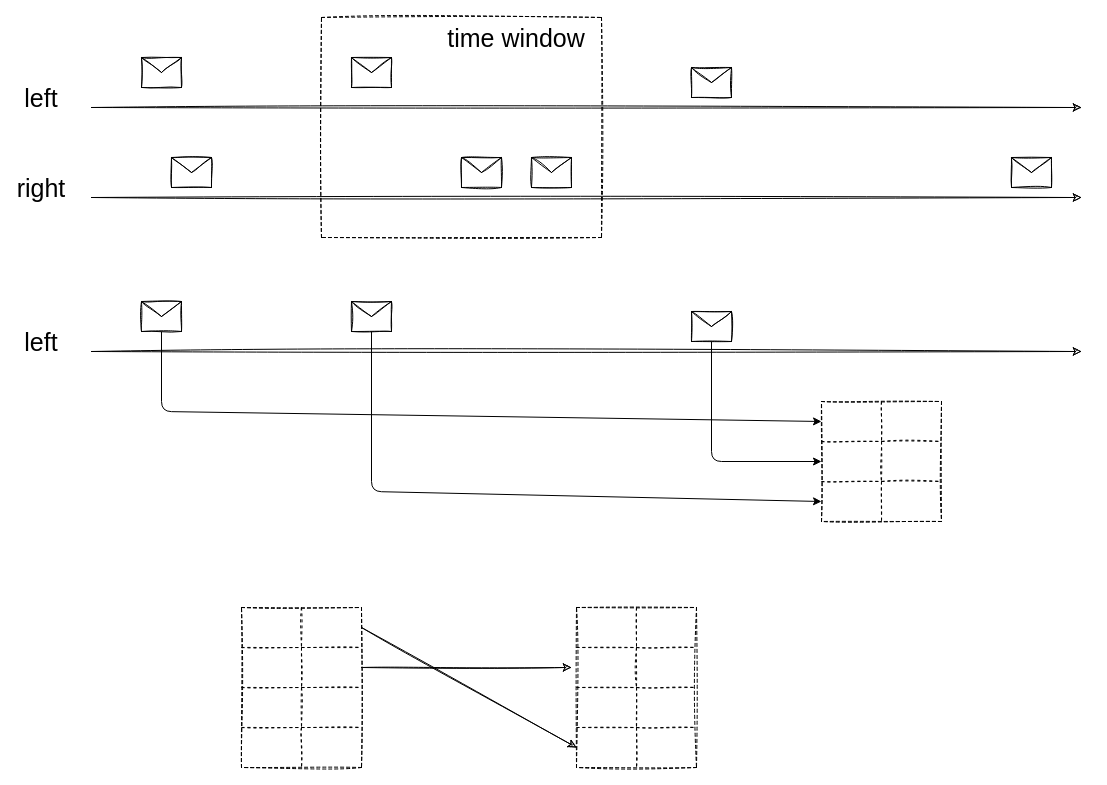
This is page "Page-1" (1 of 2) of Untitled Diagram.drawio from GennadiStammn/ksqldb-tutorial, a draw.io file, before an edit. Source tidied: cells renumbered, new cells numbered last; positions are measured from the earlier drawing's top-left corner, leaving out a move shared by most shapes. Both pictures are drawn from the tidied source at 100%, with x=0, y=0 at pixel (21, 17).
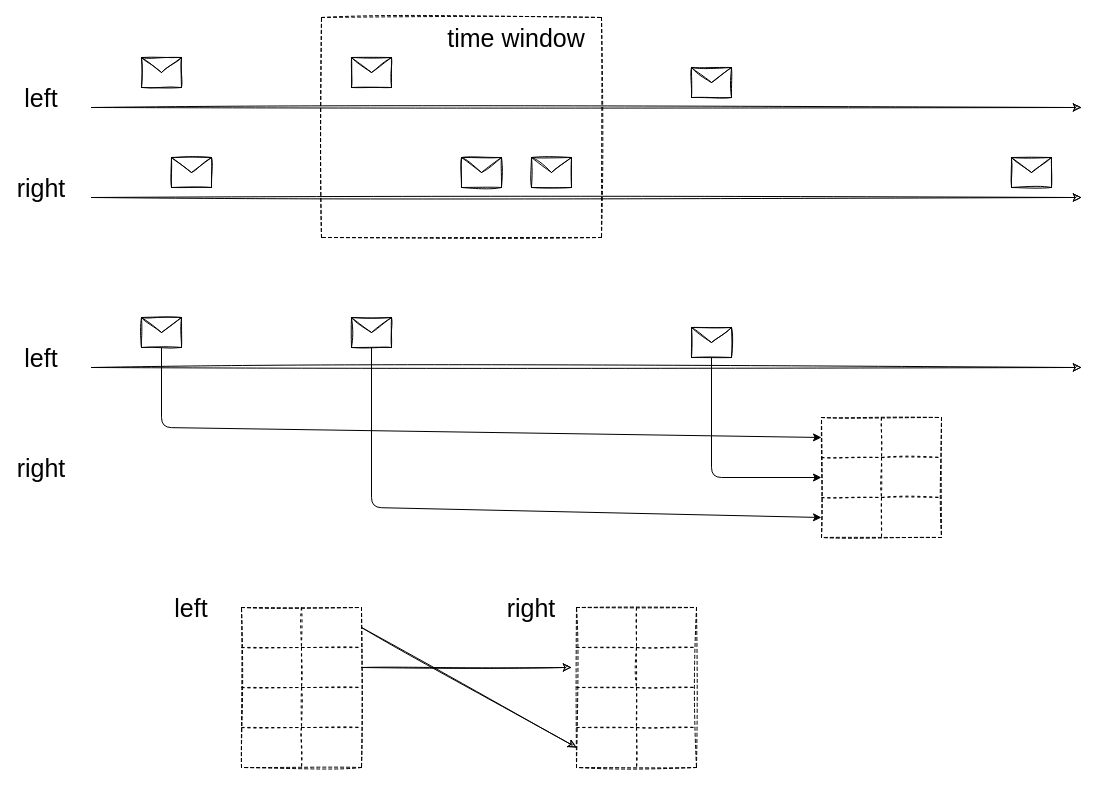
After the change.

Unchanged cells that the change refers to:
```xml
<mxCell id="20" style="shape=partialRectangle;html=1;whiteSpace=wrap;fillColor=none;top=0;left=0;bottom=0;right=0;points=[[0,0.5],[1,0.5]];portConstraint=eastwest;" parent="19" vertex="1">
  <mxGeometry width="120" height="40" as="geometry" />
</mxCell>
<mxCell id="23" style="shape=partialRectangle;html=1;whiteSpace=wrap;fillColor=none;top=0;left=0;bottom=0;right=0;points=[[0,0.5],[1,0.5]];portConstraint=eastwest;" parent="19" vertex="1">
  <mxGeometry y="40" width="120" height="40" as="geometry" />
</mxCell>
<mxCell id="26" style="shape=partialRectangle;html=1;whiteSpace=wrap;fillColor=none;top=0;left=0;bottom=0;right=0;points=[[0,0.5],[1,0.5]];portConstraint=eastwest;" parent="19" vertex="1">
  <mxGeometry y="80" width="120" height="40" as="geometry" />
</mxCell>
```

Change to the diagram source:
```diff
@@
     <mxCell id="13" style="endArrow=classic;html=1;sketch=1;" parent="1" edge="1">
       <mxGeometry relative="1" as="geometry">
-        <mxPoint x="70" y="334" as="sourcePoint" />
-        <mxPoint x="1060" y="334" as="targetPoint" />
+        <mxPoint x="70" y="350" as="sourcePoint" />
+        <mxPoint x="1060" y="350" as="targetPoint" />
       </mxGeometry>
     </mxCell>
     <mxCell id="14" value="&lt;font style=&quot;font-size: 25px&quot;&gt;left&lt;/font&gt;" style="text;html=1;strokeColor=none;fillColor=none;align=center;verticalAlign=middle;whiteSpace=wrap;rounded=0;" parent="1" vertex="1">
-      <mxGeometry y="314" width="40" height="20" as="geometry" />
+      <mxGeometry y="330" width="40" height="20" as="geometry" />
     </mxCell>
     <mxCell id="15" style="shape=message;html=1;whiteSpace=wrap;html=1;outlineConnect=0;sketch=1;" parent="1" vertex="1">
-      <mxGeometry x="120" y="284" width="40" height="30" as="geometry" />
+      <mxGeometry x="120" y="300" width="40" height="30" as="geometry" />
     </mxCell>
     <mxCell id="16" style="shape=message;html=1;whiteSpace=wrap;html=1;outlineConnect=0;sketch=1;" parent="1" vertex="1">
-      <mxGeometry x="330" y="284" width="40" height="30" as="geometry" />
+      <mxGeometry x="330" y="300" width="40" height="30" as="geometry" />
     </mxCell>
     <mxCell id="17" style="shape=message;html=1;whiteSpace=wrap;html=1;outlineConnect=0;sketch=1;" parent="1" vertex="1">
-      <mxGeometry x="670" y="294" width="40" height="30" as="geometry" />
+      <mxGeometry x="670" y="310" width="40" height="30" as="geometry" />
     </mxCell>
@@
     <mxCell id="19" style="shape=table;html=1;whiteSpace=wrap;startSize=0;childLayout=tableLayout;dashed=1;sketch=1;fillColor=none;" parent="1" vertex="1">
-      <mxGeometry x="800" y="384" width="120" height="120" as="geometry" />
+      <mxGeometry x="800" y="400" width="120" height="120" as="geometry" />
     </mxCell>
@@
     <mxCell id="30" style="endArrow=classic;html=1;exitX=0.5;exitY=1;exitDx=0;exitDy=0;entryX=0;entryY=0.5;entryDx=0;entryDy=0;" parent="1" edge="1" source="15" target="20">
       <mxGeometry relative="1" as="geometry">
         <Array as="points">
-          <mxPoint x="140" y="394" />
+          <mxPoint x="140" y="410" />
         </Array>
       </mxGeometry>
     </mxCell>
     <mxCell id="31" style="endArrow=classic;html=1;exitX=0.5;exitY=1;exitDx=0;exitDy=0;entryX=0;entryY=0.5;entryDx=0;entryDy=0;" parent="1" edge="1" source="16" target="26">
       <mxGeometry relative="1" as="geometry">
         <Array as="points">
-          <mxPoint x="350" y="474" />
+          <mxPoint x="350" y="490" />
         </Array>
       </mxGeometry>
     </mxCell>
     <mxCell id="32" style="endArrow=classic;html=1;exitX=0.5;exitY=1;exitDx=0;exitDy=0;entryX=0;entryY=0.5;entryDx=0;entryDy=0;" parent="1" edge="1" source="17" target="23">
       <mxGeometry relative="1" as="geometry">
         <Array as="points">
-          <mxPoint x="690" y="444" />
+          <mxPoint x="690" y="460" />
         </Array>
       </mxGeometry>
     </mxCell>
@@
+    <mxCell id="61" value="&lt;font style=&quot;font-size: 25px&quot;&gt;right&lt;/font&gt;" style="text;html=1;strokeColor=none;fillColor=none;align=center;verticalAlign=middle;whiteSpace=wrap;rounded=0;" parent="1" vertex="1">
+      <mxGeometry y="440" width="40" height="20" as="geometry" />
+    </mxCell>
+    <mxCell id="62" value="&lt;font style=&quot;font-size: 25px&quot;&gt;left&lt;/font&gt;" style="text;html=1;strokeColor=none;fillColor=none;align=center;verticalAlign=middle;whiteSpace=wrap;rounded=0;" parent="1" vertex="1">
+      <mxGeometry x="150" y="580" width="40" height="20" as="geometry" />
+    </mxCell>
+    <mxCell id="63" value="&lt;font style=&quot;font-size: 25px&quot;&gt;right&lt;/font&gt;" style="text;html=1;strokeColor=none;fillColor=none;align=center;verticalAlign=middle;whiteSpace=wrap;rounded=0;" parent="1" vertex="1">
+      <mxGeometry x="490" y="580" width="40" height="20" as="geometry" />
+    </mxCell>
```
